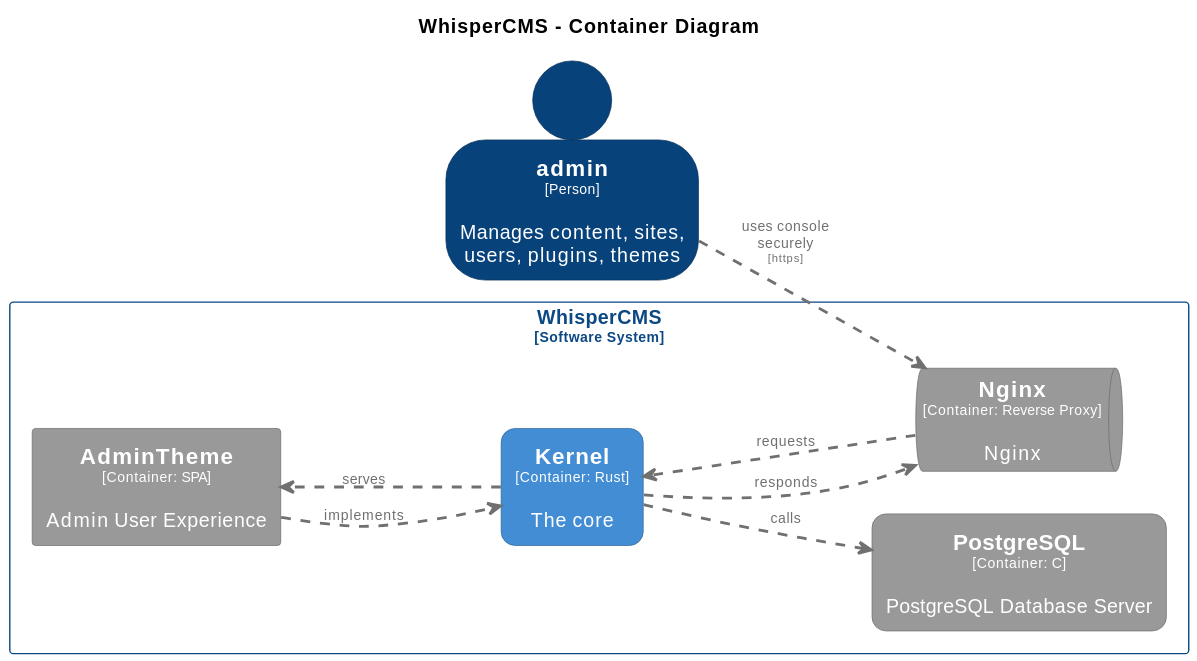
Before: docs/diagrams/structurizr-WhisperCMS-Containers.svg, a diagram exported from PlantUML (CoderByBlood/whisper-cms). Its diagram source:
```plantuml
@startuml
set separator none
title WhisperCMS - Container Diagram

left to right direction
skinparam ranksep 60
skinparam nodesep 30

skinparam {
  arrowFontSize 10
  defaultTextAlignment center
  wrapWidth 200
  maxMessageSize 100
}

hide stereotype

skinparam rectangle<<WhisperCMS.AdminTheme>> {
  BackgroundColor #999999
  FontColor #ffffff
  BorderColor #6b6b6b
  shadowing false
}
skinparam rectangle<<WhisperCMS.Kernel>> {
  BackgroundColor #438dd5
  FontColor #ffffff
  BorderColor #2e6295
  roundCorner 20
  shadowing false
}
skinparam queue<<WhisperCMS.Nginx>> {
  BackgroundColor #999999
  FontColor #ffffff
  BorderColor #6b6b6b
  shadowing false
}
skinparam rectangle<<WhisperCMS.PostgreSQL>> {
  BackgroundColor #999999
  FontColor #ffffff
  BorderColor #6b6b6b
  roundCorner 20
  shadowing false
}
skinparam person<<admin>> {
  BackgroundColor #08427b
  FontColor #ffffff
  BorderColor #052e56
  shadowing false
}
skinparam rectangle<<WhisperCMS>> {
  BorderColor #0b4884
  FontColor #0b4884
  shadowing false
}

person "==admin\n<size:10>[Person]</size>\n\nManages content, sites, users, plugins, themes" <<admin>> as admin

rectangle "WhisperCMS\n<size:10>[Software System]</size>" <<WhisperCMS>> {
  rectangle "==AdminTheme\n<size:10>[Container: SPA]</size>\n\nAdmin User Experience" <<WhisperCMS.AdminTheme>> as WhisperCMS.AdminTheme
  rectangle "==Kernel\n<size:10>[Container: Rust]</size>\n\nThe core" <<WhisperCMS.Kernel>> as WhisperCMS.Kernel
  queue "==Nginx\n<size:10>[Container: Reverse Proxy]</size>\n\nNginx" <<WhisperCMS.Nginx>> as WhisperCMS.Nginx
  rectangle "==PostgreSQL\n<size:10>[Container: C]</size>\n\nPostgreSQL Database Server" <<WhisperCMS.PostgreSQL>> as WhisperCMS.PostgreSQL
}

WhisperCMS.AdminTheme .[#707070,thickness=2].> WhisperCMS.Kernel : "<color:#707070>implements"
WhisperCMS.Kernel .[#707070,thickness=2].> WhisperCMS.AdminTheme : "<color:#707070>serves"
admin .[#707070,thickness=2].> WhisperCMS.Nginx : "<color:#707070>uses console securely\n<color:#707070><size:8>[https]</size>"
WhisperCMS.Nginx .[#707070,thickness=2].> WhisperCMS.Kernel : "<color:#707070>requests"
WhisperCMS.Kernel .[#707070,thickness=2].> WhisperCMS.Nginx : "<color:#707070>responds"
WhisperCMS.Kernel .[#707070,thickness=2].> WhisperCMS.PostgreSQL : "<color:#707070>calls"
@enduml
```
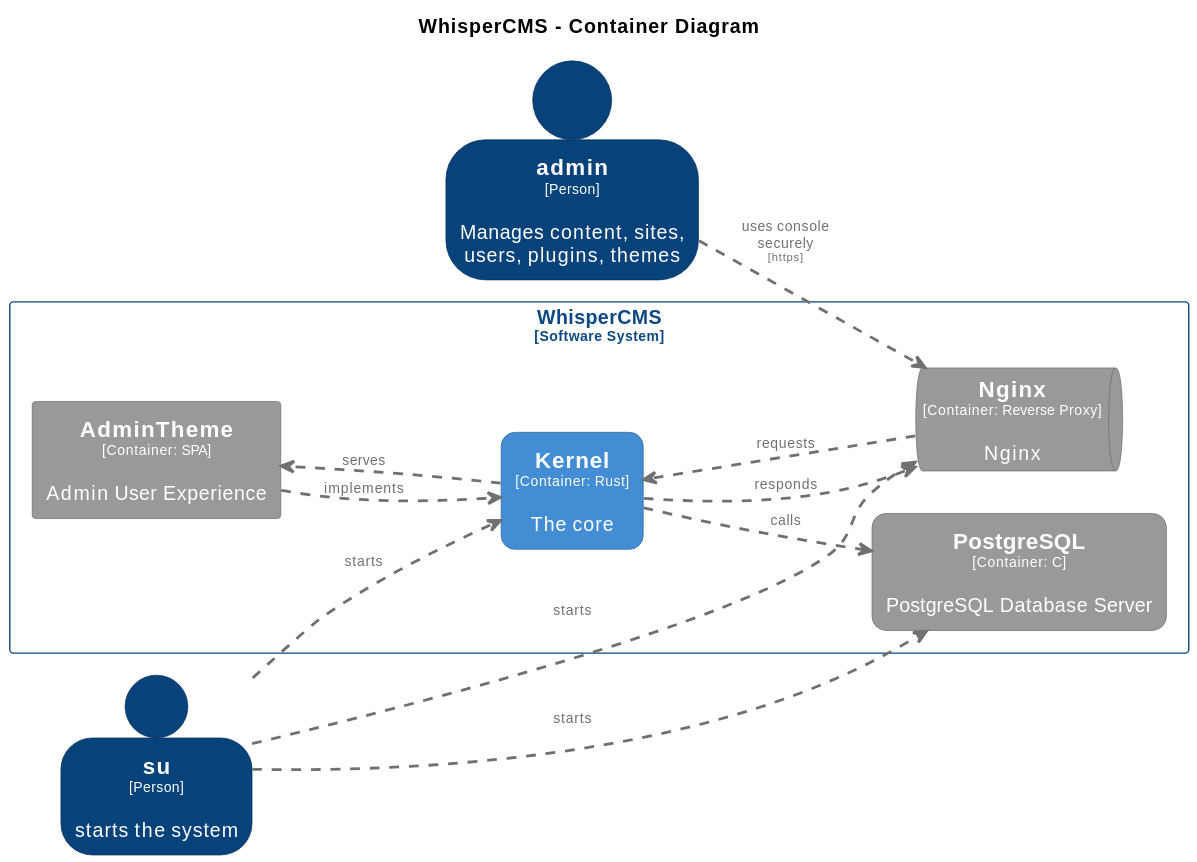
The same diagram one commit later.

The edit, as a diff of the source:
```diff
@@ -47,6 +47,12 @@
   BorderColor #052e56
   shadowing false
 }
+skinparam person<<su>> {
+  BackgroundColor #08427b
+  FontColor #ffffff
+  BorderColor #052e56
+  shadowing false
+}
 skinparam rectangle<<WhisperCMS>> {
   BorderColor #0b4884
   FontColor #0b4884
@@ -54,6 +60,7 @@
 }
 
 person "==admin\n<size:10>[Person]</size>\n\nManages content, sites, users, plugins, themes" <<admin>> as admin
+person "==su\n<size:10>[Person]</size>\n\nstarts the system" <<su>> as su
 
 rectangle "WhisperCMS\n<size:10>[Software System]</size>" <<WhisperCMS>> {
   rectangle "==AdminTheme\n<size:10>[Container: SPA]</size>\n\nAdmin User Experience" <<WhisperCMS.AdminTheme>> as WhisperCMS.AdminTheme
@@ -62,10 +69,13 @@
   rectangle "==PostgreSQL\n<size:10>[Container: C]</size>\n\nPostgreSQL Database Server" <<WhisperCMS.PostgreSQL>> as WhisperCMS.PostgreSQL
 }
 
+su .[#707070,thickness=2].> WhisperCMS.Kernel : "<color:#707070>starts"
 WhisperCMS.AdminTheme .[#707070,thickness=2].> WhisperCMS.Kernel : "<color:#707070>implements"
 WhisperCMS.Kernel .[#707070,thickness=2].> WhisperCMS.AdminTheme : "<color:#707070>serves"
+su .[#707070,thickness=2].> WhisperCMS.Nginx : "<color:#707070>starts"
 admin .[#707070,thickness=2].> WhisperCMS.Nginx : "<color:#707070>uses console securely\n<color:#707070><size:8>[https]</size>"
 WhisperCMS.Nginx .[#707070,thickness=2].> WhisperCMS.Kernel : "<color:#707070>requests"
 WhisperCMS.Kernel .[#707070,thickness=2].> WhisperCMS.Nginx : "<color:#707070>responds"
+su .[#707070,thickness=2].> WhisperCMS.PostgreSQL : "<color:#707070>starts"
 WhisperCMS.Kernel .[#707070,thickness=2].> WhisperCMS.PostgreSQL : "<color:#707070>calls"
 @enduml
```
